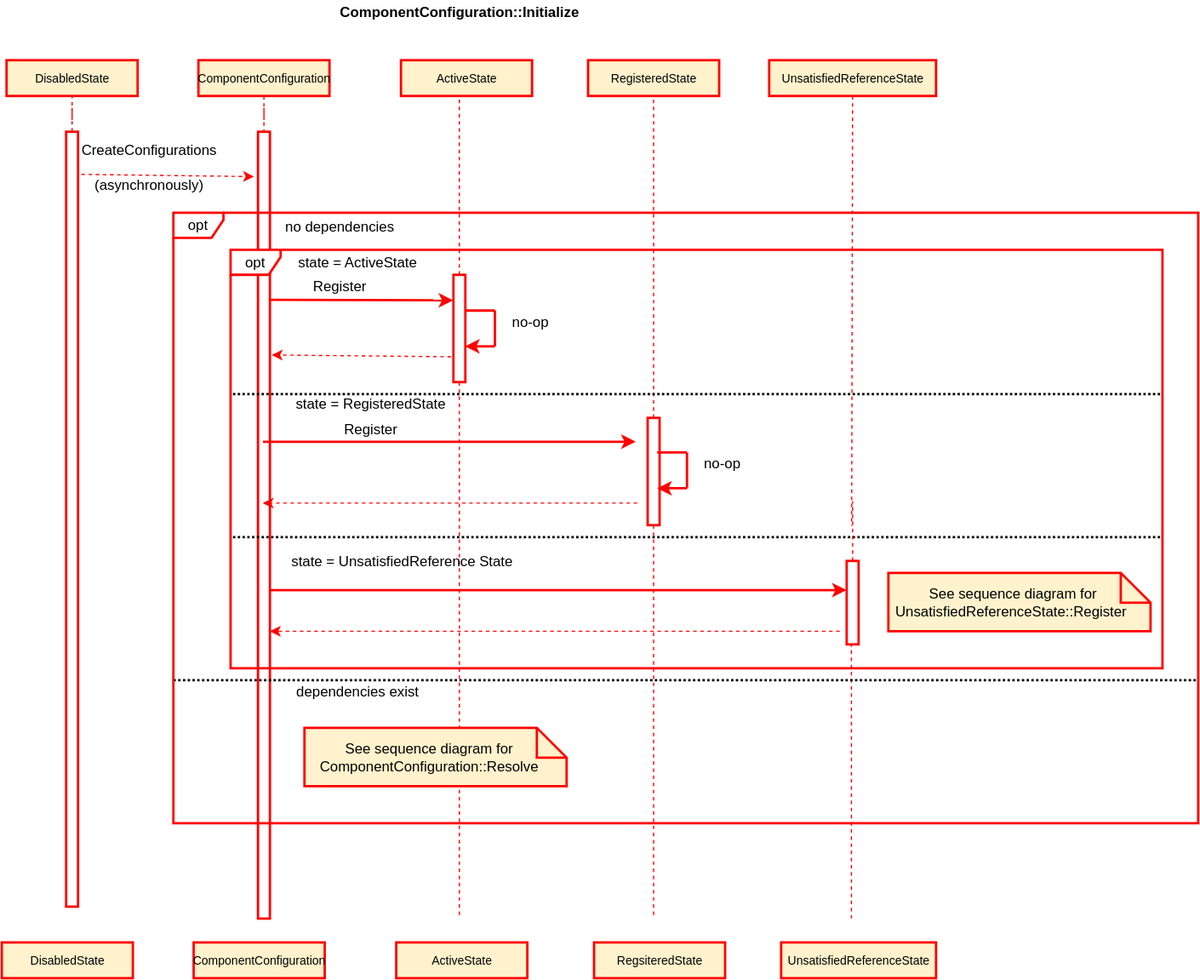
Earlier version of the draw.io export text/0003-declarative-services/ComponentConfigurationInitialize.svg (CppMicroServices/rfcs). Source tidied: cells renumbered, new cells last; positions are measured from the earlier drawing's top-left corner, leaving out a move shared by most shapes.
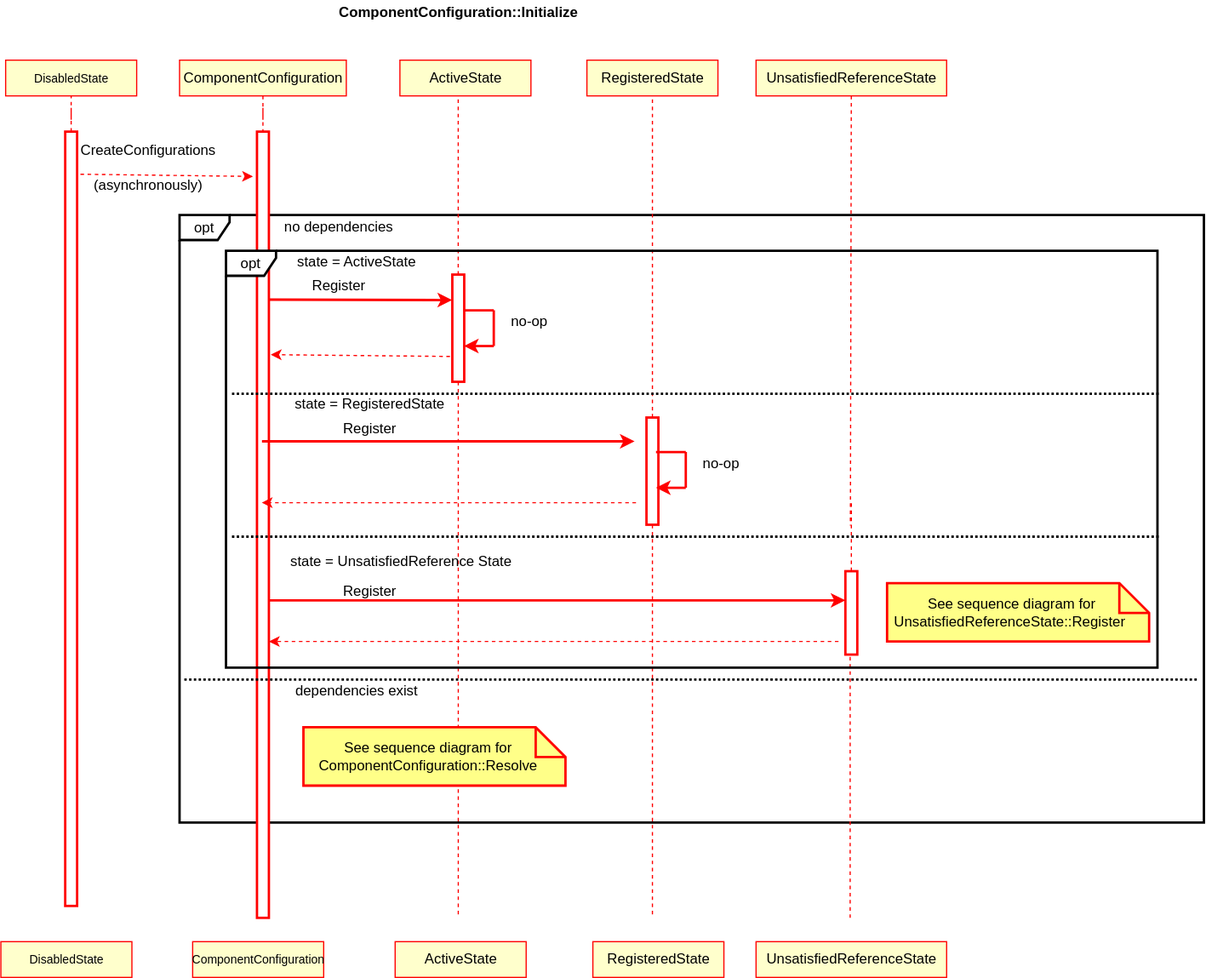
The same file after the commit.

Change to the diagram source:
```diff
@@ -2,22 +2,25 @@
   <root>
     <mxCell id="0" />
     <mxCell id="1" parent="0" />
+    <mxCell id="56" value="opt" style="shape=umlFrame;whiteSpace=wrap;html=1;strokeWidth=2;width=42;height=21;" parent="1" vertex="1">
+      <mxGeometry x="150" y="180" width="860" height="510" as="geometry" />
+    </mxCell>
     <mxCell id="2" style="html=1;points=[];perimeter=orthogonalPerimeter;strokeWidth=2;strokeColor=#FF0000;" parent="1" vertex="1">
       <mxGeometry x="215" y="110" width="10" height="660" as="geometry" />
     </mxCell>
     <mxCell id="3" style="edgeStyle=orthogonalEdgeStyle;rounded=0;jettySize=auto;html=1;dashed=1;endArrow=none;endFill=0;strokeColor=#FF0000;strokeWidth=1;" parent="1" edge="1" source="4" target="2">
       <mxGeometry relative="1" as="geometry" />
     </mxCell>
-    <mxCell id="4" value="&lt;span style=&quot;font-size: 10px&quot;&gt;ComponentConfiguration&lt;/span&gt;" style="html=1;strokeWidth=2;fillColor=#fff2cc;strokeColor=#FF0000;" parent="1" vertex="1">
-      <mxGeometry x="165" y="50" width="110" height="30" as="geometry" />
+    <mxCell id="4" value="&lt;span style=&quot;font-size: 12px;&quot;&gt;ComponentConfiguration&lt;/span&gt;" style="html=1;strokeWidth=1;strokeColor=#FF0000;fillColor=#FFFFCC;fontSize=12;" parent="1" vertex="1">
+      <mxGeometry x="150" y="50" width="140" height="30" as="geometry" />
     </mxCell>
     <mxCell id="5" value="&lt;font style=&quot;font-size: 12px&quot;&gt;&lt;b&gt;ComponentConfiguration::Initialize&lt;br&gt;&lt;/b&gt;&lt;/font&gt;" style="text;html=1;align=center;verticalAlign=middle;fontSize=10;" parent="1" vertex="1">
       <mxGeometry x="274" width="220" height="20" as="geometry" />
     </mxCell>
-    <mxCell id="6" value="&lt;font style=&quot;font-size: 10px&quot;&gt;ActiveState&lt;/font&gt;" style="html=1;strokeWidth=2;fontSize=10;fillColor=#fff2cc;strokeColor=#FF0000;" parent="1" vertex="1">
+    <mxCell id="6" value="&lt;font style=&quot;font-size: 12px;&quot;&gt;ActiveState&lt;/font&gt;" style="html=1;strokeWidth=1;fontSize=12;strokeColor=#FF0000;fillColor=#FFFFCC;" parent="1" vertex="1">
       <mxGeometry x="335" y="50" width="110" height="30" as="geometry" />
     </mxCell>
-    <mxCell id="7" value="RegisteredState" style="html=1;strokeWidth=2;fontSize=10;fillColor=#fff2cc;strokeColor=#FF0000;" parent="1" vertex="1">
+    <mxCell id="7" value="RegisteredState" style="html=1;strokeWidth=1;fontSize=12;strokeColor=#FF0000;fillColor=#FFFFCC;" parent="1" vertex="1">
       <mxGeometry x="492" y="50" width="110" height="30" as="geometry" />
     </mxCell>
     <mxCell id="8" style="edgeStyle=none;rounded=0;jettySize=auto;html=1;dashed=1;startArrow=none;startFill=0;endArrow=none;endFill=0;strokeWidth=1;fontSize=10;entryX=0.52;entryY=-0.007;entryDx=0;entryDy=0;entryPerimeter=0;strokeColor=#FF0000;" parent="1" edge="1" source="9">
@@ -25,10 +28,10 @@
         <mxPoint x="713.2" y="440.7" as="targetPoint" />
       </mxGeometry>
     </mxCell>
-    <mxCell id="9" value="&lt;font style=&quot;font-size: 10px&quot;&gt;UnsatisfiedReferenceState&lt;/font&gt;" style="html=1;strokeWidth=2;fontSize=10;fillColor=#fff2cc;strokeColor=#FF0000;" parent="1" vertex="1">
-      <mxGeometry x="644" y="50" width="140" height="30" as="geometry" />
+    <mxCell id="9" value="&lt;font style=&quot;font-size: 12px;&quot;&gt;UnsatisfiedReferenceState&lt;/font&gt;" style="html=1;strokeWidth=1;fontSize=12;strokeColor=#FF0000;fillColor=#FFFFCC;" parent="1" vertex="1">
+      <mxGeometry x="634" y="50" width="160" height="30" as="geometry" />
     </mxCell>
-    <mxCell id="10" value="&lt;span style=&quot;font-size: 10px&quot;&gt;DisabledState&lt;/span&gt;" style="html=1;strokeWidth=2;fillColor=#fff2cc;strokeColor=#FF0000;" parent="1" vertex="1">
+    <mxCell id="10" value="&lt;span style=&quot;font-size: 10px&quot;&gt;DisabledState&lt;/span&gt;" style="html=1;strokeWidth=1;strokeColor=#FF0000;fillColor=#FFFFCC;" parent="1" vertex="1">
       <mxGeometry x="4" y="50" width="110" height="30" as="geometry" />
     </mxCell>
     <mxCell id="11" style="edgeStyle=orthogonalEdgeStyle;rounded=0;jettySize=auto;html=1;strokeColor=#FF0000;strokeWidth=1;endArrow=none;endFill=0;dashed=1;" parent="1" edge="1" source="12" target="10">
@@ -70,26 +73,26 @@
         <mxPoint x="713" y="770" as="targetPoint" />
       </mxGeometry>
     </mxCell>
-    <mxCell id="20" value="&lt;span style=&quot;font-size: 10px&quot;&gt;ComponentConfiguration&lt;/span&gt;" style="html=1;strokeWidth=2;fillColor=#fff2cc;strokeColor=#FF0000;" parent="1" vertex="1">
+    <mxCell id="20" value="&lt;span style=&quot;font-size: 10px&quot;&gt;ComponentConfiguration&lt;/span&gt;" style="html=1;strokeWidth=1;strokeColor=#FF0000;fillColor=#FFFFCC;" parent="1" vertex="1">
       <mxGeometry x="161" y="790" width="110" height="30" as="geometry" />
     </mxCell>
-    <mxCell id="21" value="&lt;font style=&quot;font-size: 10px&quot;&gt;ActiveState&lt;/font&gt;" style="html=1;strokeWidth=2;fontSize=10;fillColor=#fff2cc;strokeColor=#FF0000;" parent="1" vertex="1">
+    <mxCell id="21" value="&lt;font style=&quot;font-size: 12px;&quot;&gt;ActiveState&lt;/font&gt;" style="html=1;strokeWidth=1;fontSize=12;strokeColor=#FF0000;fillColor=#FFFFCC;" parent="1" vertex="1">
       <mxGeometry x="331" y="790" width="110" height="30" as="geometry" />
     </mxCell>
-    <mxCell id="22" value="&lt;font style=&quot;font-size: 10px&quot;&gt;RegsiteredState&lt;/font&gt;" style="html=1;strokeWidth=2;fontSize=10;fillColor=#fff2cc;strokeColor=#FF0000;" parent="1" vertex="1">
+    <mxCell id="22" value="&lt;font style=&quot;font-size: 12px&quot;&gt;RegisteredState&lt;/font&gt;" style="html=1;strokeWidth=1;fontSize=12;strokeColor=#FF0000;fillColor=#FFFFCC;" parent="1" vertex="1">
       <mxGeometry x="497" y="790" width="110" height="30" as="geometry" />
     </mxCell>
-    <mxCell id="23" value="&lt;font style=&quot;font-size: 10px&quot;&gt;UnsatisfiedReferenceState&lt;/font&gt;" style="html=1;strokeWidth=2;fontSize=10;fillColor=#fff2cc;strokeColor=#FF0000;" parent="1" vertex="1">
-      <mxGeometry x="654" y="790" width="130" height="30" as="geometry" />
+    <mxCell id="23" value="&lt;font style=&quot;font-size: 12px;&quot;&gt;UnsatisfiedReferenceState&lt;/font&gt;" style="html=1;strokeWidth=1;fontSize=12;strokeColor=#FF0000;fillColor=#FFFFCC;" parent="1" vertex="1">
+      <mxGeometry x="634" y="790" width="160" height="30" as="geometry" />
     </mxCell>
-    <mxCell id="24" value="&lt;span style=&quot;font-size: 10px&quot;&gt;DisabledState&lt;/span&gt;" style="html=1;strokeWidth=2;fillColor=#fff2cc;strokeColor=#FF0000;" parent="1" vertex="1">
+    <mxCell id="24" value="&lt;span style=&quot;font-size: 10px&quot;&gt;DisabledState&lt;/span&gt;" style="html=1;strokeWidth=1;strokeColor=#FF0000;fillColor=#FFFFCC;" parent="1" vertex="1">
       <mxGeometry y="790" width="110" height="30" as="geometry" />
     </mxCell>
-    <mxCell id="25" style="shape=note2;boundedLbl=1;whiteSpace=wrap;html=1;size=25;verticalAlign=top;align=center;strokeWidth=2;fillColor=#fff2cc;strokeColor=#FF0000;" parent="1" vertex="1">
-      <mxGeometry x="744" y="480" width="220" height="49" as="geometry" />
+    <mxCell id="25" style="shape=note2;boundedLbl=1;whiteSpace=wrap;html=1;size=25;verticalAlign=top;align=center;strokeWidth=2;fillColor=#ffff88;strokeColor=#FF0000;" parent="1" vertex="1">
+      <mxGeometry x="744" y="489" width="220" height="49" as="geometry" />
     </mxCell>
     <mxCell id="26" value="See sequence diagram for UnsatisfiedReferenceState::Register&amp;nbsp;" style="text;html=1;strokeColor=none;fillColor=none;align=center;verticalAlign=middle;whiteSpace=wrap;rounded=0;" parent="1" vertex="1">
-      <mxGeometry x="764" y="494.5" width="170" height="20" as="geometry" />
+      <mxGeometry x="764" y="503.5" width="170" height="20" as="geometry" />
     </mxCell>
     <mxCell id="27" style="endArrow=classic;html=1;dashed=1;strokeColor=#FF0000;strokeWidth=1;exitX=1.28;exitY=0.055;exitDx=0;exitDy=0;exitPerimeter=0;entryX=-0.34;entryY=0.057;entryDx=0;entryDy=0;entryPerimeter=0;" parent="1" edge="1" source="12" target="2">
       <mxGeometry relative="1" as="geometry" />
@@ -175,16 +178,17 @@
       </mxGeometry>
     </mxCell>
     <mxCell id="48" style="html=1;points=[];perimeter=orthogonalPerimeter;strokeWidth=2;strokeColor=#FF0000;" parent="1" vertex="1">
-      <mxGeometry x="709" y="470" width="10" height="70" as="geometry" />
+      <mxGeometry x="709" y="479" width="10" height="70" as="geometry" />
     </mxCell>
     <mxCell id="49" style="endArrow=classic;html=1;strokeColor=#FF0000;strokeWidth=2;" parent="1" edge="1" target="48">
       <mxGeometry relative="1" as="geometry">
-        <mxPoint x="225" y="494.5" as="sourcePoint" />
+        <mxPoint x="225" y="503.5" as="sourcePoint" />
       </mxGeometry>
     </mxCell>
-    <mxCell id="50" style="endArrow=classic;html=1;strokeColor=#FF0000;strokeWidth=1;exitX=-0.18;exitY=0.43;exitDx=0;exitDy=0;exitPerimeter=0;dashed=1;" parent="1" edge="1" target="2">
+    <mxCell id="50" style="endArrow=classic;html=1;strokeColor=#FF0000;strokeWidth=1;exitX=-0.18;exitY=0.43;exitDx=0;exitDy=0;exitPerimeter=0;dashed=1;" parent="1" edge="1">
       <mxGeometry relative="1" as="geometry">
-        <mxPoint x="703.2" y="529" as="sourcePoint" />
+        <mxPoint x="703.2" y="538" as="sourcePoint" />
+        <mxPoint x="225" y="538" as="targetPoint" />
       </mxGeometry>
     </mxCell>
     <mxCell id="51" value="dependencies exist" style="text;html=1;strokeColor=none;fillColor=none;align=center;verticalAlign=middle;whiteSpace=wrap;rounded=0;" parent="1" vertex="1">
@@ -192,21 +196,21 @@
     </mxCell>
     <mxCell id="52" style="endArrow=none;html=1;dashed=1;strokeWidth=2;dashPattern=1 1;" parent="1" edge="1">
       <mxGeometry relative="1" as="geometry">
-        <mxPoint x="144" y="570" as="sourcePoint" />
+        <mxPoint x="154" y="570" as="sourcePoint" />
         <mxPoint x="1004" y="570" as="targetPoint" />
       </mxGeometry>
     </mxCell>
-    <mxCell id="53" style="shape=note2;boundedLbl=1;whiteSpace=wrap;html=1;size=25;verticalAlign=top;align=center;strokeWidth=2;fillColor=#fff2cc;strokeColor=#FF0000;" parent="1" vertex="1">
+    <mxCell id="53" style="shape=note2;boundedLbl=1;whiteSpace=wrap;html=1;size=25;verticalAlign=top;align=center;strokeWidth=2;strokeColor=#FF0000;fillColor=#FFFF88;" parent="1" vertex="1">
       <mxGeometry x="254" y="610" width="220" height="49" as="geometry" />
     </mxCell>
     <mxCell id="54" value="See sequence diagram for ComponentConfiguration::Resolve" style="text;html=1;strokeColor=none;fillColor=none;align=center;verticalAlign=middle;whiteSpace=wrap;rounded=0;" parent="1" vertex="1">
       <mxGeometry x="274" y="624.5" width="170" height="20" as="geometry" />
     </mxCell>
+    <mxCell id="57" value="Register" style="text;html=1;strokeColor=none;fillColor=none;align=center;verticalAlign=middle;whiteSpace=wrap;rounded=0;fontSize=12;" parent="1" vertex="1">
+      <mxGeometry x="275" y="481" width="70" height="29" as="geometry" />
+    </mxCell>
-    <mxCell id="55" value="opt" style="shape=umlFrame;whiteSpace=wrap;html=1;strokeColor=#FF0000;strokeWidth=2;width=42;height=21;" parent="1" vertex="1">
-      <mxGeometry x="192" y="209" width="782" height="351" as="geometry" />
+    <mxCell id="55" value="opt" style="shape=umlFrame;whiteSpace=wrap;html=1;strokeWidth=2;width=42;height=21;" parent="1" vertex="1">
+      <mxGeometry x="189" y="210" width="782" height="350" as="geometry" />
     </mxCell>
-    <mxCell id="56" value="opt" style="shape=umlFrame;whiteSpace=wrap;html=1;strokeColor=#FF0000;strokeWidth=2;width=42;height=21;" parent="1" vertex="1">
-      <mxGeometry x="144" y="178" width="860" height="512" as="geometry" />
-    </mxCell>
   </root>
 </mxGraphModel>
```
